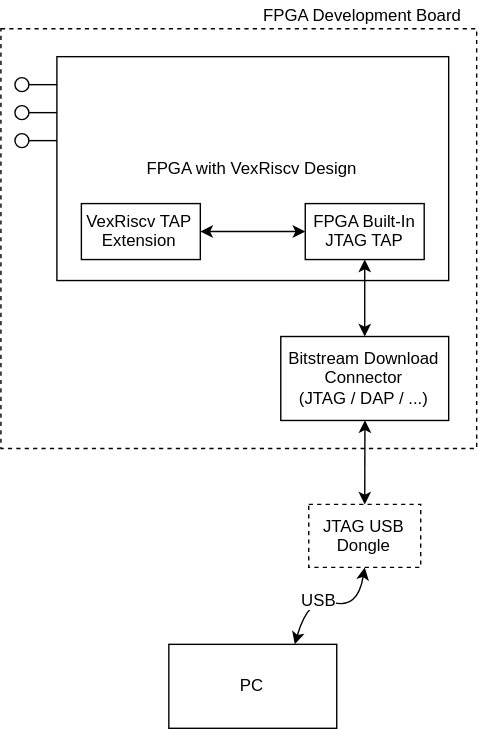
tomverbeure/tomverbeure.github.io keeps this draw.io diagram as assets/vexriscv_ocd/vexriscv_ocd-system_setup_shared_tap.svg. Above is the earlier version. Source tidied: cells renumbered, new cells last; positions are measured from the earlier drawing's top-left corner, leaving out a move shared by most shapes.
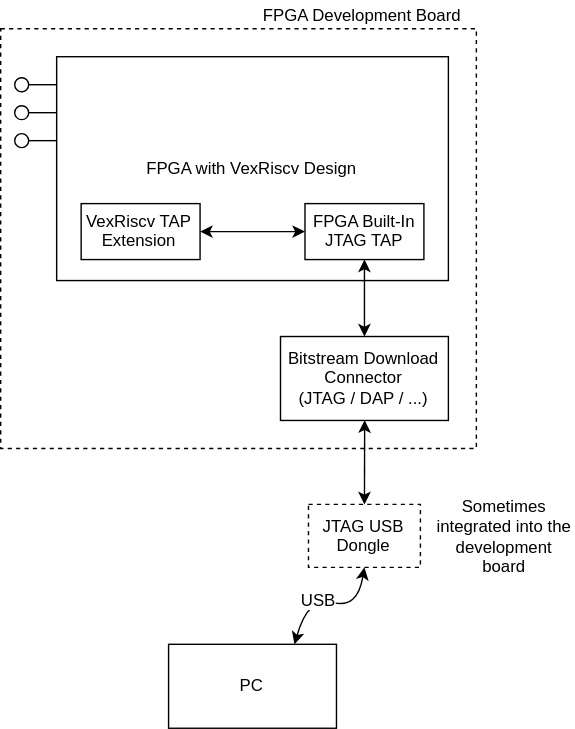
After the commit.

The edit, as a diff of the source:
```diff
@@ -71,5 +71,8 @@
     <mxCell id="20" style="endArrow=classic;startArrow=classic;html=1;entryX=0;entryY=0.5;entryDx=0;entryDy=0;exitX=1;exitY=0.5;exitDx=0;exitDy=0;" parent="1" edge="1" source="19" target="18">
       <mxGeometry relative="1" as="geometry" />
     </mxCell>
+    <mxCell id="21" value="Sometimes integrated into the development board" style="text;html=1;strokeColor=none;fillColor=none;align=center;verticalAlign=middle;whiteSpace=wrap;rounded=0;" parent="1" vertex="1">
+      <mxGeometry x="310" y="350" width="100" height="65" as="geometry" />
+    </mxCell>
   </root>
 </mxGraphModel>
```
